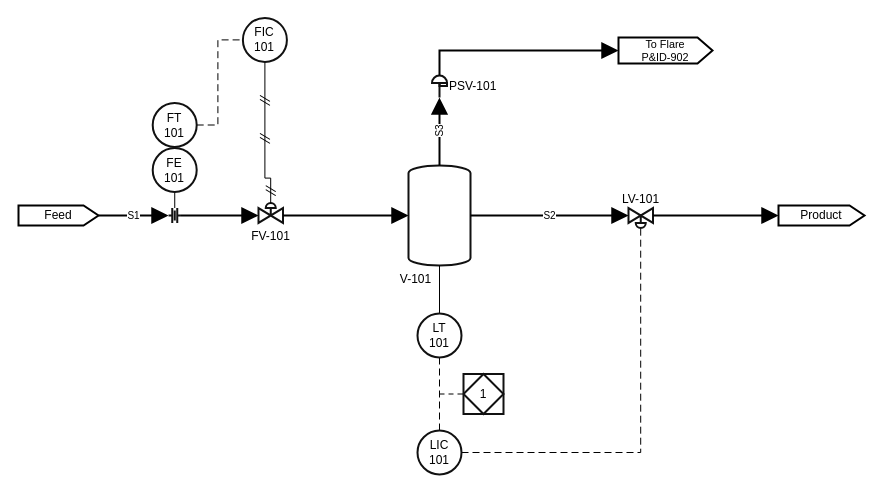
This is drawio-samples/04_control_loop.drawio from Alpha9463/pandid, a draw.io file, before an edit. Source tidied: cells renumbered, new cells numbered last; positions are measured from the earlier drawing's top-left corner, leaving out a move shared by most shapes. Both pictures are drawn from the tidied source at 100%, with x=0, y=0 at pixel (18, 17).
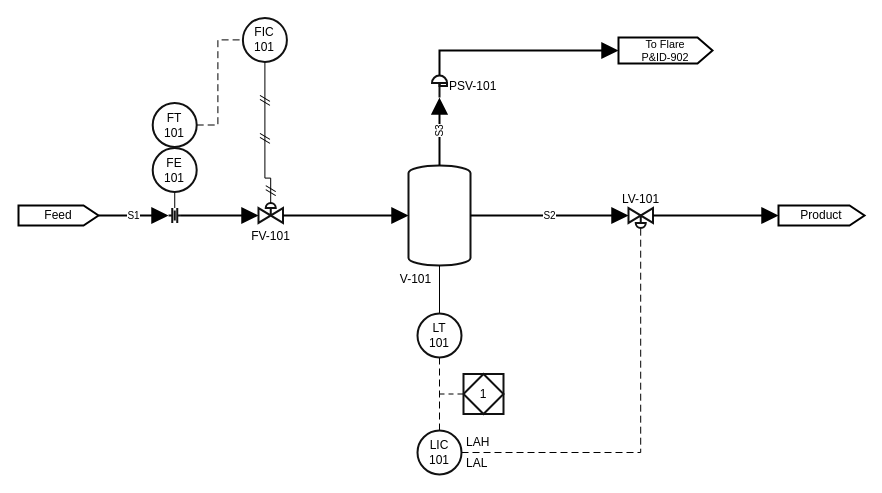
The same diagram, later.

Commit message (it also covers changes not shown here):
fix(drawio): export the letter codes written outside a balloon

Diff of the diagram source:
```diff
@@
+    <mxCell id="37" value="LAH" style="text;html=1;strokeColor=none;fillColor=none;labelBackgroundColor=#ffffff;align=left;verticalAlign=middle;fontSize=12;fontColor=#000000;" parent="1" vertex="1">
+      <mxGeometry x="446" y="415.3" width="24.2" height="18.4" as="geometry" />
+    </mxCell>
+    <mxCell id="38" value="LAL" style="text;html=1;strokeColor=none;fillColor=none;labelBackgroundColor=#ffffff;align=left;verticalAlign=middle;fontSize=12;fontColor=#000000;" parent="1" vertex="1">
+      <mxGeometry x="446" y="436.3" width="24.2" height="18.4" as="geometry" />
+    </mxCell>
```
